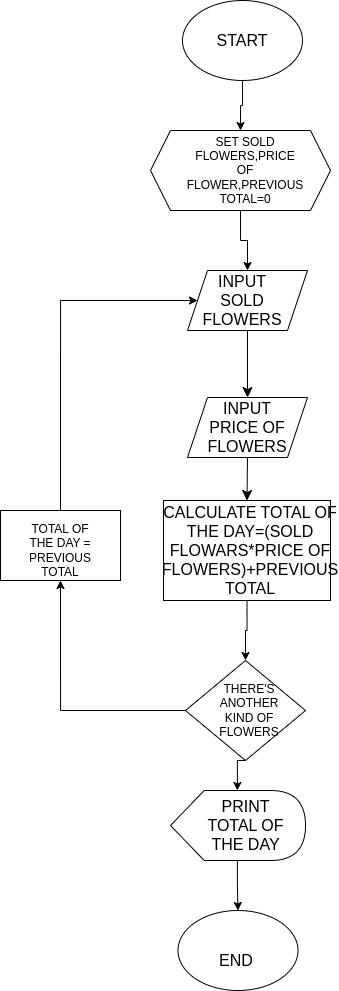
The draw.io diagram NOMOR3.drawio.png in tahukotak13th/tahukotak13th.github.io, before a commit. Source tidied: cells renumbered, new cells last; positions are measured from the earlier drawing's top-left corner, leaving out a move shared by most shapes.
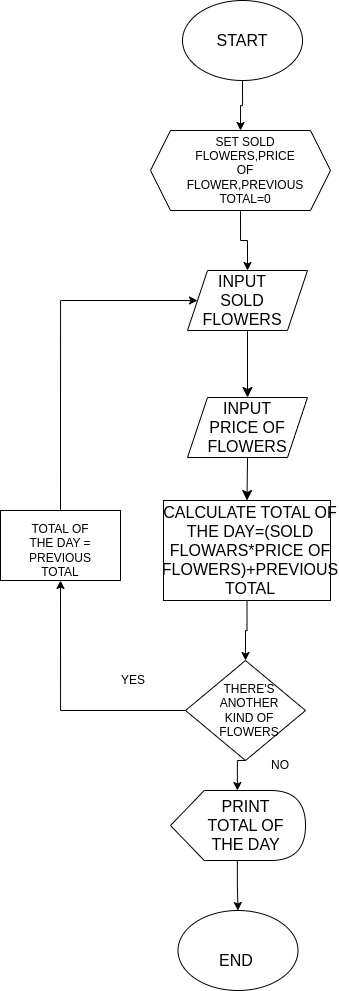
After the commit.

Diff of the diagram source:
```diff
@@ -92,5 +92,11 @@
     <mxCell id="29" style="edgeStyle=orthogonalEdgeStyle;rounded=0;jettySize=auto;html=1;exitX=0.5;exitY=1;exitDx=0;exitDy=0;entryX=0;entryY=0;entryDx=66.875;entryDy=0;entryPerimeter=0;" parent="1" edge="1" source="24" target="15">
       <mxGeometry relative="1" as="geometry" />
     </mxCell>
+    <mxCell id="30" value="YES" style="text;strokeColor=none;align=center;fillColor=none;html=1;verticalAlign=middle;whiteSpace=wrap;rounded=0;" parent="1" vertex="1">
+      <mxGeometry x="103" y="665" width="60" height="30" as="geometry" />
+    </mxCell>
+    <mxCell id="31" value="NO" style="text;strokeColor=none;align=center;fillColor=none;html=1;verticalAlign=middle;whiteSpace=wrap;rounded=0;" parent="1" vertex="1">
+      <mxGeometry x="250" y="750" width="60" height="30" as="geometry" />
+    </mxCell>
   </root>
 </mxGraphModel>
```
